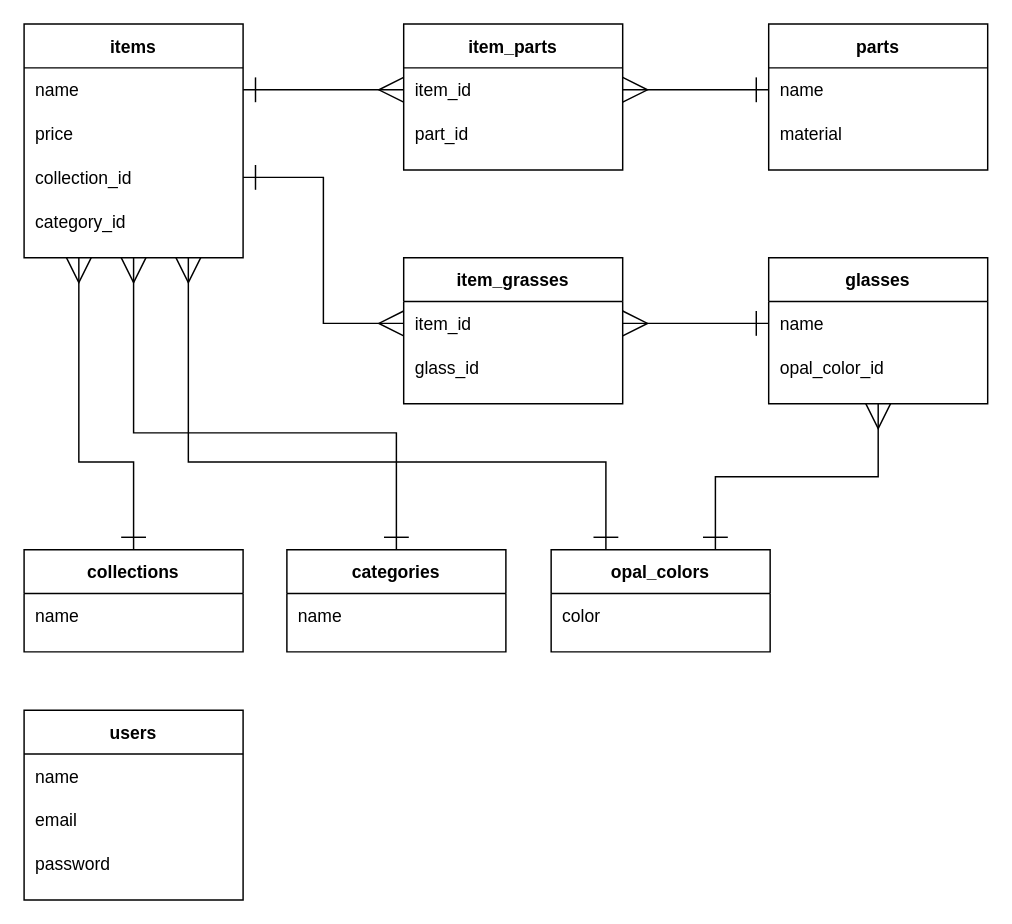
KentaroKageyama/aio_app keeps this draw.io diagram as ER.dio. Above is the earlier version. Source tidied: cells renumbered, new cells numbered last; positions are measured from the earlier drawing's top-left corner, leaving out a move shared by most shapes. Both pictures are drawn from the tidied source at 146%, with x=0, y=0 at pixel (23, 23).
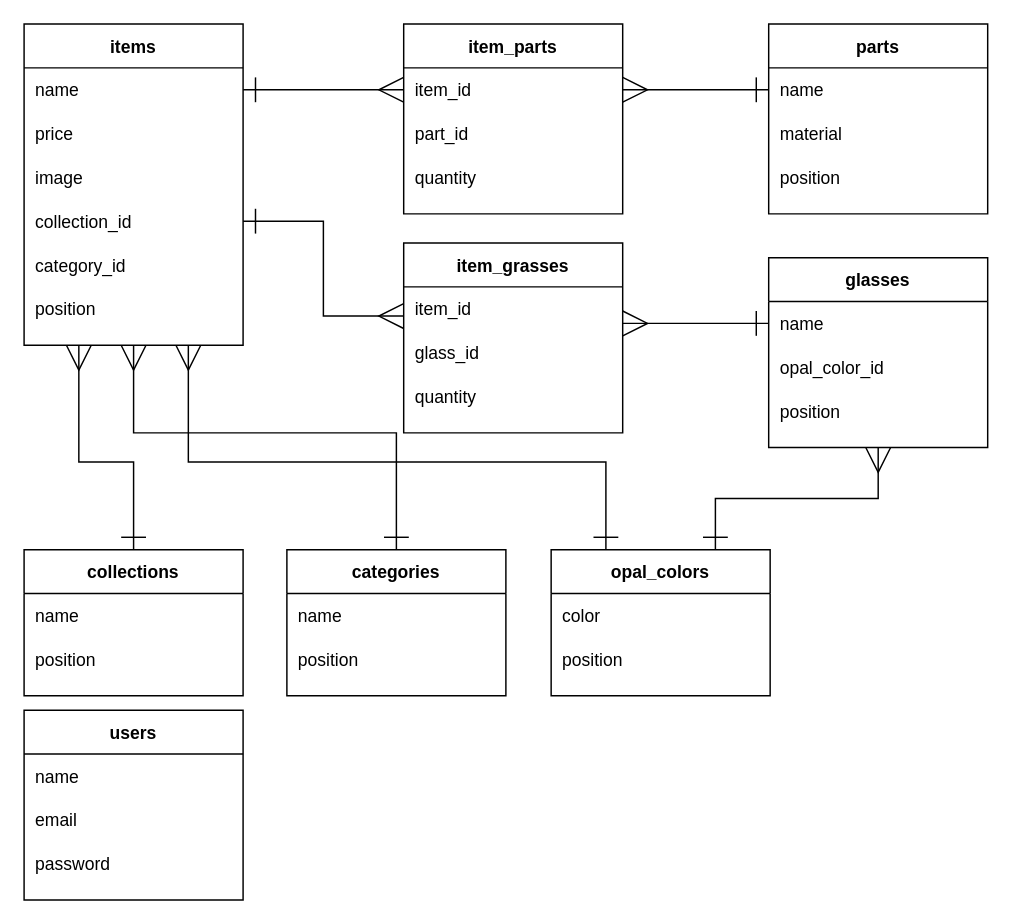
After the change.

Unchanged cells that the change refers to:
```xml
<mxCell id="20" style="shape=partialRectangle;fillColor=none;top=0;left=0;bottom=0;right=0;points=[[0,0.5],[1,0.5]];portConstraint=eastwest;" parent="19" vertex="1">
  <mxGeometry y="30" width="150" height="30" as="geometry" />
</mxCell>
<mxCell id="30" style="shape=partialRectangle;fillColor=none;top=0;left=0;bottom=0;right=0;points=[[0,0.5],[1,0.5]];portConstraint=eastwest;" parent="29" vertex="1">
  <mxGeometry y="30" width="150" height="30" as="geometry" />
</mxCell>
```

What changed in the source:
```diff
@@
     <mxCell id="5" value="items" style="shape=table;startSize=30;childLayout=tableLayout;rowLines=0;fontStyle=1;align=center;" parent="1" vertex="1">
-      <mxGeometry width="150" height="160" as="geometry" />
+      <mxGeometry width="150" height="220" as="geometry" />
     </mxCell>
@@
+    <mxCell id="55" style="shape=partialRectangle;fillColor=none;top=0;left=0;bottom=0;right=0;" parent="5" vertex="1">
+      <mxGeometry y="90" width="150" height="30" as="geometry" />
+    </mxCell>
+    <mxCell id="56" value="image" style="shape=partialRectangle;fillColor=none;top=0;left=0;bottom=0;right=0;align=left;spacingLeft=6;overflow=hidden;" parent="55" vertex="1">
+      <mxGeometry width="150" height="30" as="geometry" />
+    </mxCell>
     <mxCell id="10" style="shape=partialRectangle;fillColor=none;top=0;left=0;bottom=0;right=0;points=[[0,0.5],[1,0.5]];portConstraint=eastwest;" parent="5" vertex="1">
-      <mxGeometry y="90" width="150" height="30" as="geometry" />
+      <mxGeometry y="120" width="150" height="30" as="geometry" />
     </mxCell>
@@
     <mxCell id="12" style="shape=partialRectangle;fillColor=none;top=0;left=0;bottom=0;right=0;" parent="5" vertex="1">
-      <mxGeometry y="120" width="150" height="30" as="geometry" />
+      <mxGeometry y="150" width="150" height="30" as="geometry" />
     </mxCell>
@@
+    <mxCell id="57" style="shape=partialRectangle;fillColor=none;top=0;left=0;bottom=0;right=0;" parent="5" vertex="1">
+      <mxGeometry y="180" width="150" height="30" as="geometry" />
+    </mxCell>
+    <mxCell id="58" value="position" style="shape=partialRectangle;fillColor=none;top=0;left=0;bottom=0;right=0;align=left;spacingLeft=6;overflow=hidden;" parent="57" vertex="1">
+      <mxGeometry width="150" height="30" as="geometry" />
+    </mxCell>
     <mxCell id="14" value="parts" style="shape=table;startSize=30;childLayout=tableLayout;rowLines=0;fontStyle=1;align=center;" parent="1" vertex="1">
-      <mxGeometry x="510" width="150" height="100" as="geometry" />
+      <mxGeometry x="510" width="150" height="130" as="geometry" />
     </mxCell>
@@
+    <mxCell id="59" style="shape=partialRectangle;fillColor=none;top=0;left=0;bottom=0;right=0;" parent="14" vertex="1">
+      <mxGeometry y="90" width="150" height="30" as="geometry" />
+    </mxCell>
+    <mxCell id="60" value="position" style="shape=partialRectangle;fillColor=none;top=0;left=0;bottom=0;right=0;align=left;spacingLeft=6;overflow=hidden;" parent="59" vertex="1">
+      <mxGeometry width="150" height="30" as="geometry" />
+    </mxCell>
     <mxCell id="19" value="glasses" style="shape=table;startSize=30;childLayout=tableLayout;rowLines=0;fontStyle=1;align=center;" parent="1" vertex="1">
-      <mxGeometry x="510" y="160" width="150" height="100" as="geometry" />
+      <mxGeometry x="510" y="160" width="150" height="130" as="geometry" />
     </mxCell>
@@
+    <mxCell id="61" style="shape=partialRectangle;fillColor=none;top=0;left=0;bottom=0;right=0;" parent="19" vertex="1">
+      <mxGeometry y="90" width="150" height="30" as="geometry" />
+    </mxCell>
+    <mxCell id="62" value="position" style="shape=partialRectangle;fillColor=none;top=0;left=0;bottom=0;right=0;align=left;spacingLeft=6;overflow=hidden;" parent="61" vertex="1">
+      <mxGeometry width="150" height="30" as="geometry" />
+    </mxCell>
     <mxCell id="24" value="item_parts" style="shape=table;startSize=30;childLayout=tableLayout;rowLines=0;fontStyle=1;align=center;" parent="1" vertex="1">
-      <mxGeometry x="260" width="150" height="100" as="geometry" />
+      <mxGeometry x="260" width="150" height="130" as="geometry" />
     </mxCell>
@@
+    <mxCell id="63" style="shape=partialRectangle;fillColor=none;top=0;left=0;bottom=0;right=0;" parent="24" vertex="1">
+      <mxGeometry y="90" width="150" height="30" as="geometry" />
+    </mxCell>
+    <mxCell id="64" value="quantity" style="shape=partialRectangle;fillColor=none;top=0;left=0;bottom=0;right=0;align=left;spacingLeft=6;overflow=hidden;" parent="63" vertex="1">
+      <mxGeometry width="150" height="30" as="geometry" />
+    </mxCell>
     <mxCell id="29" value="item_grasses" style="shape=table;startSize=30;childLayout=tableLayout;rowLines=0;fontStyle=1;align=center;" parent="1" vertex="1">
-      <mxGeometry x="260" y="160" width="150" height="100" as="geometry" />
+      <mxGeometry x="260" y="150" width="150" height="130" as="geometry" />
     </mxCell>
@@
+    <mxCell id="65" style="shape=partialRectangle;fillColor=none;top=0;left=0;bottom=0;right=0;" parent="29" vertex="1">
+      <mxGeometry y="90" width="150" height="30" as="geometry" />
+    </mxCell>
+    <mxCell id="66" value="quantity" style="shape=partialRectangle;fillColor=none;top=0;left=0;bottom=0;right=0;align=left;spacingLeft=6;overflow=hidden;" parent="65" vertex="1">
+      <mxGeometry width="150" height="30" as="geometry" />
+    </mxCell>
@@
-    <mxCell id="35" style="edgeStyle=orthogonalEdgeStyle;rounded=0;jettySize=auto;html=1;exitX=1;exitY=0.5;exitDx=0;exitDy=0;entryX=0;entryY=0.5;entryDx=0;entryDy=0;targetPerimeterSpacing=0;startArrow=ERone;startFill=0;endArrow=ERmany;endFill=0;endSize=15;startSize=15;" parent="1" edge="1" source="10" target="30">
-      <mxGeometry relative="1" as="geometry" />
+    <mxCell id="35" style="edgeStyle=orthogonalEdgeStyle;rounded=0;jettySize=auto;html=1;exitX=1;exitY=0.5;exitDx=0;exitDy=0;targetPerimeterSpacing=0;startArrow=ERone;startFill=0;endArrow=ERmany;endFill=0;endSize=15;startSize=15;" parent="1" edge="1" source="10">
+      <mxGeometry relative="1" as="geometry">
+        <mxPoint x="260" y="200" as="targetPoint" />
+        <Array as="points">
+          <mxPoint x="205" y="135" />
+          <mxPoint x="205" y="200" />
+        </Array>
+      </mxGeometry>
     </mxCell>
-    <mxCell id="36" style="edgeStyle=orthogonalEdgeStyle;rounded=0;jettySize=auto;html=1;exitX=0;exitY=0.5;exitDx=0;exitDy=0;entryX=1;entryY=0.5;entryDx=0;entryDy=0;startArrow=ERone;startFill=0;endArrow=ERmany;endFill=0;endSize=15;startSize=15;" parent="1" edge="1" source="20" target="30">
-      <mxGeometry relative="1" as="geometry" />
+    <mxCell id="36" style="edgeStyle=orthogonalEdgeStyle;rounded=0;jettySize=auto;html=1;exitX=0;exitY=0.5;exitDx=0;exitDy=0;startArrow=ERone;startFill=0;endArrow=ERmany;endFill=0;endSize=15;startSize=15;" parent="1" edge="1" source="20">
+      <mxGeometry relative="1" as="geometry">
+        <mxPoint x="410" y="205" as="targetPoint" />
+        <Array as="points">
+          <mxPoint x="410" y="205" />
+        </Array>
+      </mxGeometry>
     </mxCell>
@@
     <mxCell id="45" value="collections" style="shape=table;startSize=30;childLayout=tableLayout;rowLines=0;fontStyle=1;align=center;" parent="1" vertex="1">
-      <mxGeometry y="360" width="150" height="70" as="geometry" />
+      <mxGeometry y="360" width="150" height="100" as="geometry" />
     </mxCell>
@@
+    <mxCell id="67" style="shape=partialRectangle;fillColor=none;top=0;left=0;bottom=0;right=0;" parent="45" vertex="1">
+      <mxGeometry y="60" width="150" height="30" as="geometry" />
+    </mxCell>
+    <mxCell id="68" value="position" style="shape=partialRectangle;fillColor=none;top=0;left=0;bottom=0;right=0;align=left;spacingLeft=6;overflow=hidden;" parent="67" vertex="1">
+      <mxGeometry width="150" height="30" as="geometry" />
+    </mxCell>
     <mxCell id="48" value="categories" style="shape=table;startSize=30;childLayout=tableLayout;rowLines=0;fontStyle=1;align=center;" parent="1" vertex="1">
-      <mxGeometry x="180" y="360" width="150" height="70" as="geometry" />
+      <mxGeometry x="180" y="360" width="150" height="100" as="geometry" />
     </mxCell>
@@
+    <mxCell id="69" style="shape=partialRectangle;fillColor=none;top=0;left=0;bottom=0;right=0;" parent="48" vertex="1">
+      <mxGeometry y="60" width="150" height="30" as="geometry" />
+    </mxCell>
+    <mxCell id="70" value="position" style="shape=partialRectangle;fillColor=none;top=0;left=0;bottom=0;right=0;align=left;spacingLeft=6;overflow=hidden;" parent="69" vertex="1">
+      <mxGeometry width="150" height="30" as="geometry" />
+    </mxCell>
@@
     <mxCell id="52" value="opal_colors" style="shape=table;startSize=30;childLayout=tableLayout;rowLines=0;fontStyle=1;align=center;" parent="1" vertex="1">
-      <mxGeometry x="361" y="360" width="150" height="70" as="geometry" />
+      <mxGeometry x="361" y="360" width="150" height="100" as="geometry" />
     </mxCell>
@@
+    <mxCell id="71" style="shape=partialRectangle;fillColor=none;top=0;left=0;bottom=0;right=0;" parent="52" vertex="1">
+      <mxGeometry y="60" width="150" height="30" as="geometry" />
+    </mxCell>
+    <mxCell id="72" value="position" style="shape=partialRectangle;fillColor=none;top=0;left=0;bottom=0;right=0;align=left;spacingLeft=6;overflow=hidden;" parent="71" vertex="1">
+      <mxGeometry width="150" height="30" as="geometry" />
+    </mxCell>
```
